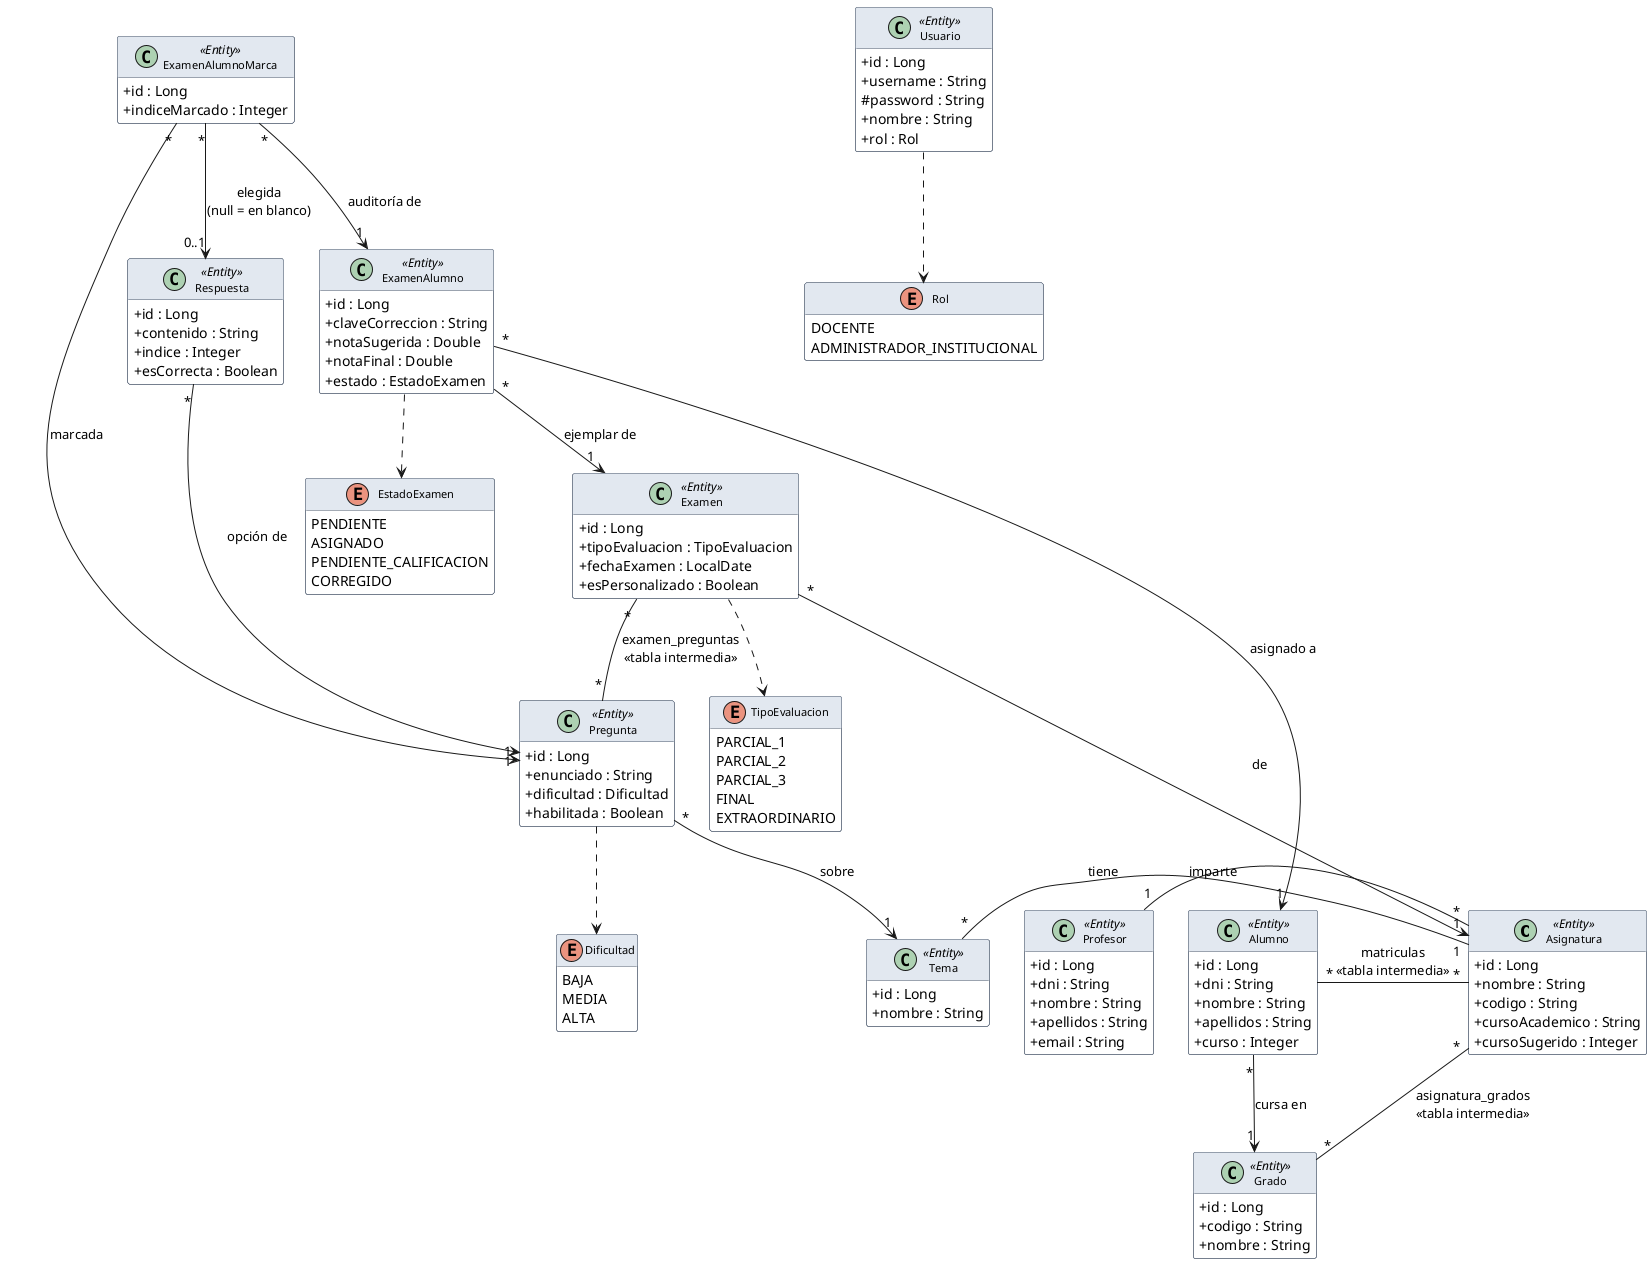
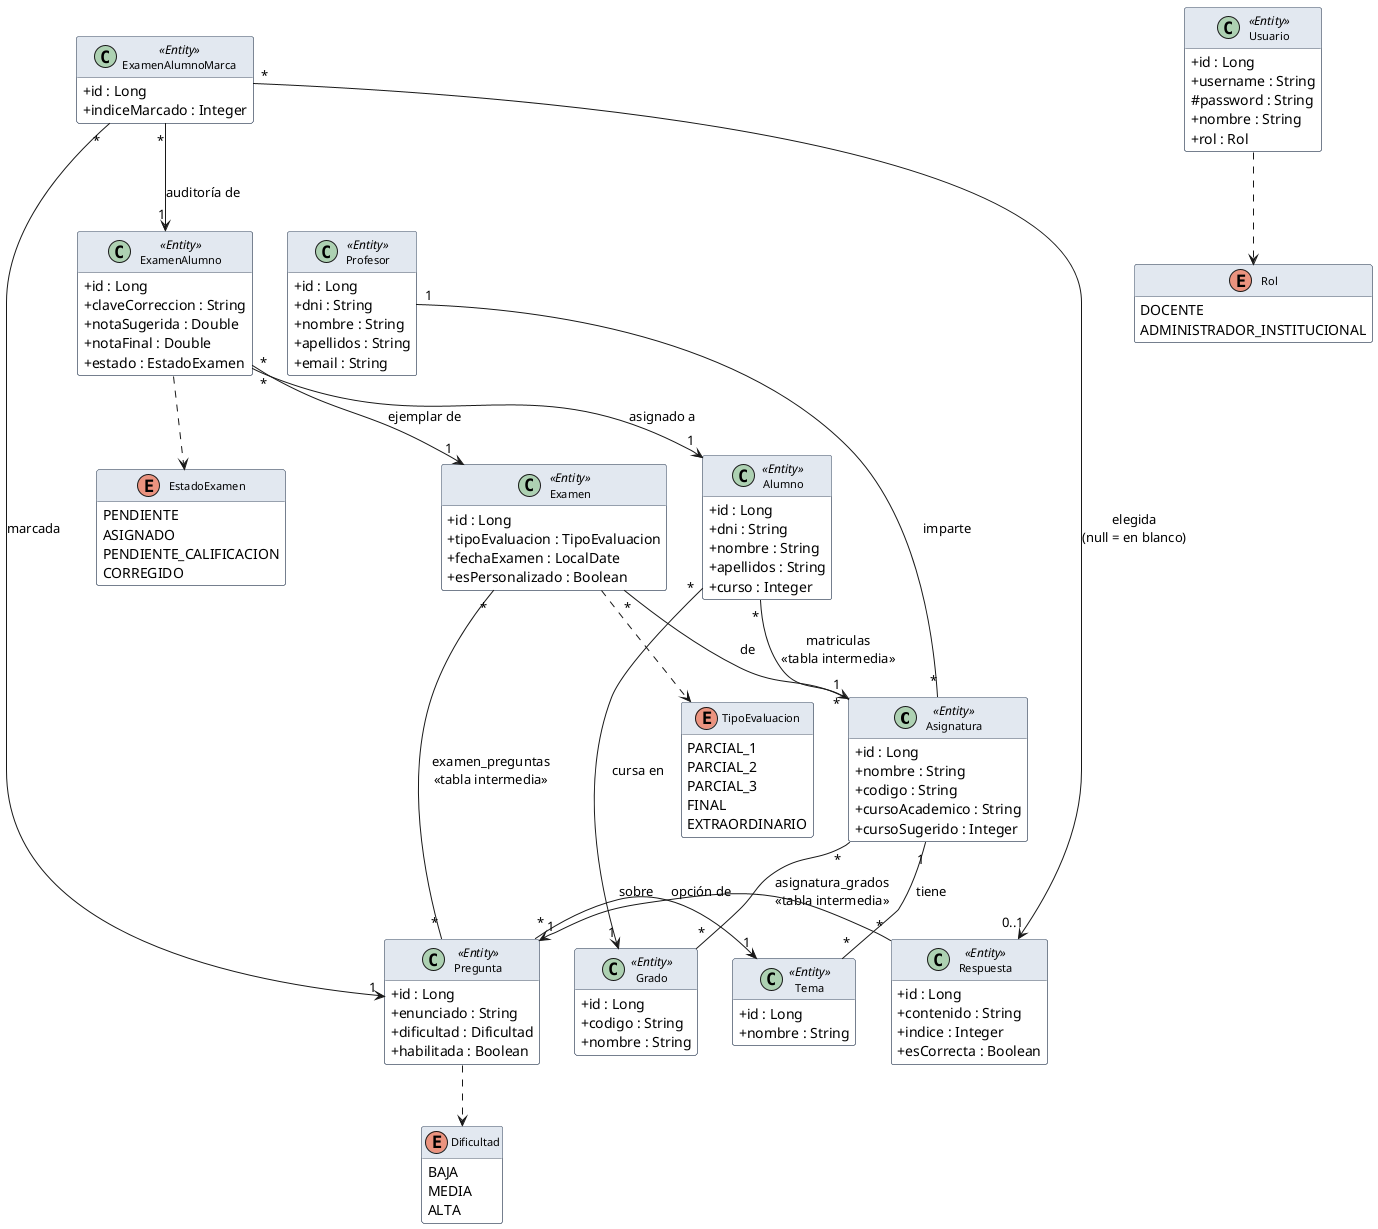
@startuml
skinparam classAttributeIconSize 0
skinparam class {
  BackgroundColor white
  BorderColor #475569
  HeaderBackgroundColor #e2e8f0
  FontName Arial
  FontSize 11
}
skinparam enum {
  BackgroundColor #fef9c3
  BorderColor #ca8a04
  FontName Arial
  FontSize 10
}
hide empty members

- ' ── Nivel 1: Entidad central ─────────────────────
+ ' ── 1. Entidad central ───────────────────────────
class Asignatura <<Entity>> {
  + id : Long
  + nombre : String
  + codigo : String
  + cursoAcademico : String
  + cursoSugerido : Integer
}

- ' ── Nivel 2: Entidades vinculadas directamente ───
+ ' ── 2. Examen y Alumno ───────────────────────────
together {
-   class Grado <<Entity>> {
+   enum TipoEvaluacion {
+     PARCIAL_1
+     PARCIAL_2
+     PARCIAL_3
+     FINAL
+     EXTRAORDINARIO
+   }
+   class Examen <<Entity>> {
    + id : Long
-     + codigo : String
-     + nombre : String
+     + tipoEvaluacion : TipoEvaluacion
+     + fechaExamen : LocalDate
+     + esPersonalizado : Boolean
  }
  class Alumno <<Entity>> {
    + id : Long
    + dni : String
    + nombre : String
    + apellidos : String
    + curso : Integer
  }
+ }
+ 
+ ' ── 3. Profesor y ExamenAlumno ───────────────────
+ together {
  class Profesor <<Entity>> {
    + id : Long
    + dni : String
    + nombre : String
    + apellidos : String
    + email : String
  }
-   class Tema <<Entity>> {
-     + id : Long
-     + nombre : String
-   }
- }
- 
- ' ── Nivel 3: Contenido y generación ─────────────
- together {
-   class Pregunta <<Entity>> {
-     + id : Long
-     + enunciado : String
-     + dificultad : Dificultad
-     + habilitada : Boolean
-   }
-   enum Dificultad {
-     BAJA
-     MEDIA
-     ALTA
-   }
-   class Examen <<Entity>> {
-     + id : Long
-     + tipoEvaluacion : TipoEvaluacion
-     + fechaExamen : LocalDate
-     + esPersonalizado : Boolean
-   }
-   enum TipoEvaluacion {
-     PARCIAL_1
-     PARCIAL_2
-     PARCIAL_3
-     FINAL
-     EXTRAORDINARIO
-   }
- }
- 
- ' ── Nivel 4: Ejemplar y respuestas ──────────────
- together {
-   class Respuesta <<Entity>> {
-     + id : Long
-     + contenido : String
-     + indice : Integer
-     + esCorrecta : Boolean
+   enum EstadoExamen {
+     PENDIENTE
+     ASIGNADO
+     PENDIENTE_CALIFICACION
+     CORREGIDO
  }
  class ExamenAlumno <<Entity>> {
    + id : Long
    + claveCorreccion : String
    + notaSugerida : Double
    + notaFinal : Double
    + estado : EstadoExamen
  }
-   enum EstadoExamen {
-     PENDIENTE
-     ASIGNADO
-     PENDIENTE_CALIFICACION
-     CORREGIDO
+ }
+ 
+ ' ── 4. Pregunta y Grado ──────────────────────────
+ together {
+   enum Dificultad {
+     BAJA
+     MEDIA
+     ALTA
+   }
+   class Pregunta <<Entity>> {
+     + id : Long
+     + enunciado : String
+     + dificultad : Dificultad
+     + habilitada : Boolean
+   }
+   class Grado <<Entity>> {
+     + id : Long
+     + codigo : String
+     + nombre : String
  }
}

- ' ── Nivel 5: Auditoría ───────────────────────────
+ ' ── 5. Tema y Respuesta ──────────────────────────
+ together {
+   class Tema <<Entity>> {
+     + id : Long
+     + nombre : String
+   }
+   class Respuesta <<Entity>> {
+     + id : Long
+     + contenido : String
+     + indice : Integer
+     + esCorrecta : Boolean
+   }
+ }
+ 
+ ' ── 6. Auditoría ─────────────────────────────────
class ExamenAlumnoMarca <<Entity>> {
  + id : Long
  + indiceMarcado : Integer
}

' ── Auth (independiente) ─────────────────────────
together {
  class Usuario <<Entity>> {
    + id : Long
    + username : String
    # password : String
    + nombre : String
    + rol : Rol
  }
  enum Rol {
    DOCENTE
    ADMINISTRADOR_INSTITUCIONAL
  }
}

' ══════════════════════════════════════════════
' RELACIONES
' ══════════════════════════════════════════════

' Auth
Usuario       ..>  Rol

' Asignatura como eje
- Profesor      "1"  --  "*"  Asignatura    : imparte
- Asignatura    "*"  --  "*"  Grado         : asignatura_grados\n<<tabla intermedia>>
- Alumno        "*"  --  "*"  Asignatura    : matriculas\n<<tabla intermedia>>
- Asignatura    "1"  --  "*"  Tema          : tiene
+ Examen        "*"  -->  "1"  Asignatura    : de
+ Alumno        "*"  --  "*"  Asignatura     : matriculas\n<<tabla intermedia>>
+ Profesor      "1"  --  "*"  Asignatura     : imparte
+ Asignatura    "1"  --  "*"  Tema           : tiene
+ Asignatura    "*"  --  "*"  Grado          : asignatura_grados\n<<tabla intermedia>>

' Alumno → Grado
- Alumno        "*"  -->  "1"  Grado        : cursa en
+ Alumno        "*"  -->  "1"  Grado         : cursa en

' Contenido
- Pregunta      "*"  -->  "1"  Tema          : sobre
+ Pregunta      "*"  -->  "1"  Tema           : sobre
Pregunta      ..>  Dificultad
- Respuesta     "*"  -->  "1"  Pregunta      : opción de
+ Respuesta     "*"  -->  "1"  Pregunta       : opción de

' Examen
Examen        ..>  TipoEvaluacion
- Examen        "*"  -->  "1"  Asignatura    : de
- Examen        "*"  --  "*"  Pregunta       : examen_preguntas\n<<tabla intermedia>>
+ Examen        "*"  --  "*"  Pregunta        : examen_preguntas\n<<tabla intermedia>>

' Ejemplar
ExamenAlumno  ..>  EstadoExamen
- ExamenAlumno  "*"  -->  "1"  Examen        : ejemplar de
- ExamenAlumno  "*"  -->  "1"  Alumno        : asignado a
+ ExamenAlumno  "*"  -->  "1"  Examen         : ejemplar de
+ ExamenAlumno  "*"  -->  "1"  Alumno         : asignado a

' Auditoría
ExamenAlumnoMarca  "*"  -->  "1"    ExamenAlumno  : auditoría de
ExamenAlumnoMarca  "*"  -->  "1"    Pregunta      : marcada
ExamenAlumnoMarca  "*"  -->  "0..1" Respuesta     : elegida\n(null = en blanco)

@enduml
